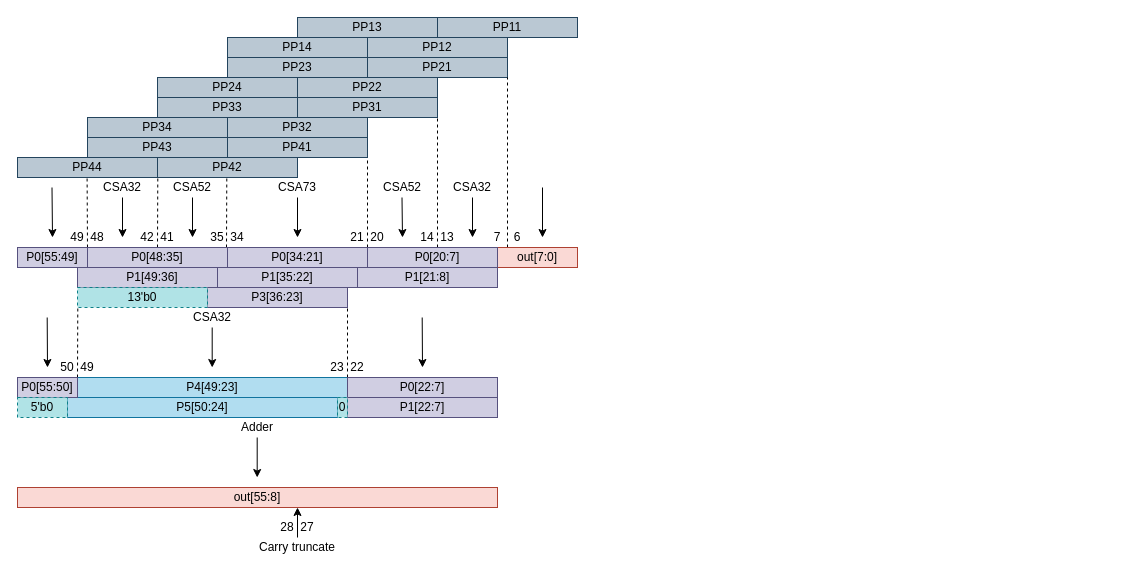
Before: diagram/MatissaWallaceTree.drawio in brsf11/Posit-FMAU, a draw.io diagram. Source tidied: cells renumbered, new cells numbered last; positions are measured from the earlier drawing's top-left corner, leaving out a move shared by most shapes. Both pictures are drawn from the tidied source at 100%, with x=0, y=0 at pixel (17, 17).
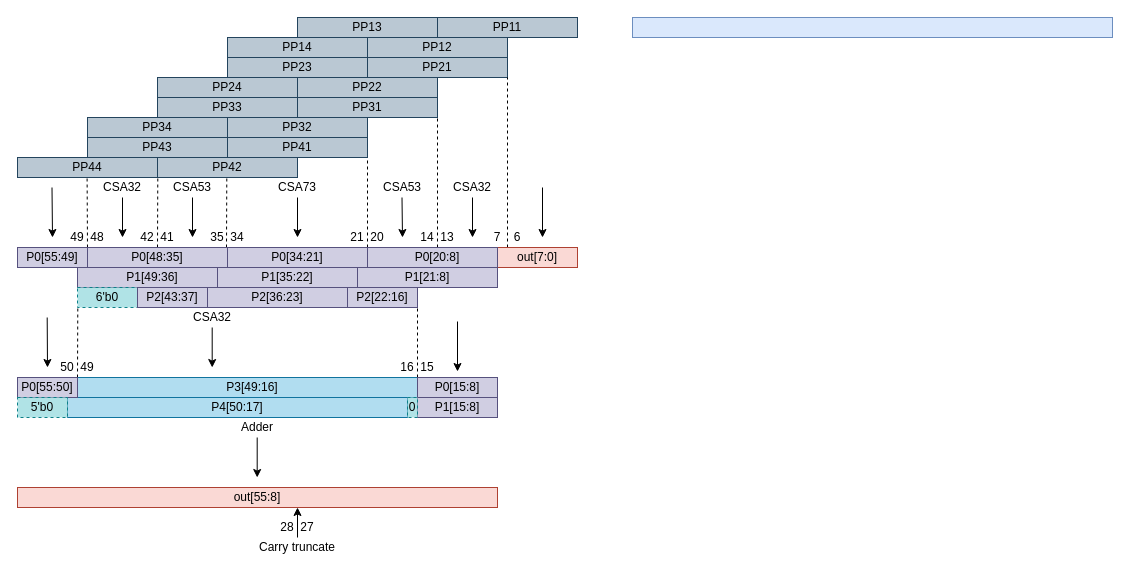
After the change.

Commit message (it also covers changes not shown here):
matissa multiplier almost finish

What changed in the source:
```diff
@@
-    <mxCell id="64" value="CSA52" style="text;html=1;strokeColor=none;fillColor=none;align=center;verticalAlign=middle;whiteSpace=wrap;rounded=0;" parent="1" vertex="1">
+    <mxCell id="64" value="CSA53" style="text;html=1;strokeColor=none;fillColor=none;align=center;verticalAlign=middle;whiteSpace=wrap;rounded=0;" parent="1" vertex="1">
       <mxGeometry x="365" y="160" width="40" height="20" as="geometry" />
     </mxCell>
@@
-    <mxCell id="66" value="CSA52" style="text;html=1;strokeColor=none;fillColor=none;align=center;verticalAlign=middle;whiteSpace=wrap;rounded=0;" parent="1" vertex="1">
+    <mxCell id="66" value="CSA53" style="text;html=1;strokeColor=none;fillColor=none;align=center;verticalAlign=middle;whiteSpace=wrap;rounded=0;" parent="1" vertex="1">
       <mxGeometry x="155" y="160" width="40" height="20" as="geometry" />
     </mxCell>
@@
-    <mxCell id="77" value="P0[20:7]" style="text;html=1;strokeColor=none;fillColor=none;align=center;verticalAlign=middle;whiteSpace=wrap;rounded=0;" parent="1" vertex="1">
+    <mxCell id="77" value="P0[20:8]" style="text;html=1;strokeColor=none;fillColor=none;align=center;verticalAlign=middle;whiteSpace=wrap;rounded=0;" parent="1" vertex="1">
       <mxGeometry x="400" y="230" width="40" height="20" as="geometry" />
     </mxCell>
@@
-    <mxCell id="81" value="P3[36:23]" style="text;html=1;strokeColor=none;fillColor=none;align=center;verticalAlign=middle;whiteSpace=wrap;rounded=0;" parent="1" vertex="1">
+    <mxCell id="81" value="P2[36:23]" style="text;html=1;strokeColor=none;fillColor=none;align=center;verticalAlign=middle;whiteSpace=wrap;rounded=0;" parent="1" vertex="1">
       <mxGeometry x="240" y="270" width="40" height="20" as="geometry" />
     </mxCell>
@@
     <mxCell id="83" style="endArrow=none;dashed=1;html=1;" parent="1" edge="1">
       <mxGeometry relative="1" as="geometry">
-        <mxPoint x="330" y="360" as="sourcePoint" />
-        <mxPoint x="330" y="290" as="targetPoint" />
+        <mxPoint x="400" y="360" as="sourcePoint" />
+        <mxPoint x="400" y="290" as="targetPoint" />
       </mxGeometry>
     </mxCell>
     <mxCell id="84" style="rounded=0;whiteSpace=wrap;html=1;dashed=1;fillColor=#b0e3e6;strokeColor=#0e8088;" parent="1" vertex="1">
-      <mxGeometry x="60" y="270" width="130" height="20" as="geometry" />
+      <mxGeometry x="60" y="270" width="60" height="20" as="geometry" />
     </mxCell>
-    <mxCell id="85" value="13'b0" style="text;html=1;strokeColor=none;fillColor=none;align=center;verticalAlign=middle;whiteSpace=wrap;rounded=0;dashed=1;" parent="1" vertex="1">
-      <mxGeometry x="105" y="270" width="40" height="20" as="geometry" />
+    <mxCell id="85" value="6'b0" style="text;html=1;strokeColor=none;fillColor=none;align=center;verticalAlign=middle;whiteSpace=wrap;rounded=0;dashed=1;" parent="1" vertex="1">
+      <mxGeometry x="70" y="270" width="40" height="20" as="geometry" />
     </mxCell>
     <mxCell id="86" style="rounded=0;whiteSpace=wrap;html=1;fillColor=#b1ddf0;strokeColor=#10739e;" parent="1" vertex="1">
-      <mxGeometry x="60" y="360" width="270" height="20" as="geometry" />
+      <mxGeometry x="60" y="360" width="340" height="20" as="geometry" />
     </mxCell>
     <mxCell id="87" style="rounded=0;whiteSpace=wrap;html=1;fillColor=#b1ddf0;strokeColor=#10739e;" parent="1" vertex="1">
-      <mxGeometry x="50" y="380" width="270" height="20" as="geometry" />
+      <mxGeometry x="50" y="380" width="340" height="20" as="geometry" />
     </mxCell>
     <mxCell id="88" style="rounded=0;whiteSpace=wrap;html=1;fillColor=#d0cee2;strokeColor=#56517e;" parent="1" vertex="1">
-      <mxGeometry x="330" y="360" width="150" height="20" as="geometry" />
+      <mxGeometry x="400" y="360" width="80" height="20" as="geometry" />
     </mxCell>
     <mxCell id="89" style="rounded=0;whiteSpace=wrap;html=1;fillColor=#d0cee2;strokeColor=#56517e;" parent="1" vertex="1">
-      <mxGeometry x="330" y="380" width="150" height="20" as="geometry" />
+      <mxGeometry x="400" y="380" width="80" height="20" as="geometry" />
     </mxCell>
     <mxCell id="90" style="rounded=0;whiteSpace=wrap;html=1;dashed=1;fillColor=#b0e3e6;strokeColor=#0e8088;" parent="1" vertex="1">
-      <mxGeometry x="320" y="380" width="10" height="20" as="geometry" />
+      <mxGeometry x="390" y="380" width="10" height="20" as="geometry" />
     </mxCell>
@@
     <mxCell id="99" style="endArrow=classic;html=1;" parent="1" edge="1">
       <mxGeometry relative="1" as="geometry">
-        <mxPoint x="404.7" y="300" as="sourcePoint" />
-        <mxPoint x="405" y="350" as="targetPoint" />
+        <mxPoint x="440" y="304" as="sourcePoint" />
+        <mxPoint x="440" y="354" as="targetPoint" />
       </mxGeometry>
     </mxCell>
-    <mxCell id="100" value="P0[22:7]" style="text;html=1;strokeColor=none;fillColor=none;align=center;verticalAlign=middle;whiteSpace=wrap;rounded=0;" parent="1" vertex="1">
-      <mxGeometry x="385" y="360" width="40" height="20" as="geometry" />
+    <mxCell id="100" value="P0[15:8]" style="text;html=1;strokeColor=none;fillColor=none;align=center;verticalAlign=middle;whiteSpace=wrap;rounded=0;" parent="1" vertex="1">
+      <mxGeometry x="420" y="360" width="40" height="20" as="geometry" />
     </mxCell>
-    <mxCell id="101" value="P4[49:23]" style="text;html=1;strokeColor=none;fillColor=none;align=center;verticalAlign=middle;whiteSpace=wrap;rounded=0;" parent="1" vertex="1">
-      <mxGeometry x="175" y="360" width="40" height="20" as="geometry" />
+    <mxCell id="101" value="P3[49:16]" style="text;html=1;strokeColor=none;fillColor=none;align=center;verticalAlign=middle;whiteSpace=wrap;rounded=0;" parent="1" vertex="1">
+      <mxGeometry x="215" y="360" width="40" height="20" as="geometry" />
     </mxCell>
-    <mxCell id="102" value="P1[22:7]" style="text;html=1;strokeColor=none;fillColor=none;align=center;verticalAlign=middle;whiteSpace=wrap;rounded=0;" parent="1" vertex="1">
-      <mxGeometry x="385" y="380" width="40" height="20" as="geometry" />
+    <mxCell id="102" value="P1[15:8]" style="text;html=1;strokeColor=none;fillColor=none;align=center;verticalAlign=middle;whiteSpace=wrap;rounded=0;" parent="1" vertex="1">
+      <mxGeometry x="420" y="380" width="40" height="20" as="geometry" />
     </mxCell>
-    <mxCell id="103" value="P5[50:24]" style="text;html=1;strokeColor=none;fillColor=none;align=center;verticalAlign=middle;whiteSpace=wrap;rounded=0;" parent="1" vertex="1">
-      <mxGeometry x="165" y="380" width="40" height="20" as="geometry" />
+    <mxCell id="103" value="P4[50:17]" style="text;html=1;strokeColor=none;fillColor=none;align=center;verticalAlign=middle;whiteSpace=wrap;rounded=0;" parent="1" vertex="1">
+      <mxGeometry x="200" y="380" width="40" height="20" as="geometry" />
     </mxCell>
@@
     <mxCell id="105" value="0" style="text;html=1;strokeColor=none;fillColor=none;align=center;verticalAlign=middle;whiteSpace=wrap;rounded=0;dashed=1;" parent="1" vertex="1">
-      <mxGeometry x="315" y="380" width="20" height="20" as="geometry" />
+      <mxGeometry x="385" y="380" width="20" height="20" as="geometry" />
     </mxCell>
@@
-    <mxCell id="107" value="22" style="text;html=1;strokeColor=none;fillColor=none;align=center;verticalAlign=middle;whiteSpace=wrap;rounded=0;" parent="1" vertex="1">
-      <mxGeometry x="330" y="340" width="20" height="20" as="geometry" />
+    <mxCell id="107" value="15" style="text;html=1;strokeColor=none;fillColor=none;align=center;verticalAlign=middle;whiteSpace=wrap;rounded=0;" parent="1" vertex="1">
+      <mxGeometry x="400" y="340" width="20" height="20" as="geometry" />
     </mxCell>
-    <mxCell id="108" value="23" style="text;html=1;strokeColor=none;fillColor=none;align=center;verticalAlign=middle;whiteSpace=wrap;rounded=0;" parent="1" vertex="1">
-      <mxGeometry x="310" y="340" width="20" height="20" as="geometry" />
+    <mxCell id="108" value="16" style="text;html=1;strokeColor=none;fillColor=none;align=center;verticalAlign=middle;whiteSpace=wrap;rounded=0;" parent="1" vertex="1">
+      <mxGeometry x="380" y="340" width="20" height="20" as="geometry" />
     </mxCell>
@@
+    <mxCell id="115" style="rounded=0;whiteSpace=wrap;html=1;fillColor=#d0cee2;strokeColor=#56517e;" parent="1" vertex="1">
+      <mxGeometry x="330" y="270" width="70" height="20" as="geometry" />
+    </mxCell>
+    <mxCell id="116" style="rounded=0;whiteSpace=wrap;html=1;fillColor=#d0cee2;strokeColor=#56517e;" parent="1" vertex="1">
+      <mxGeometry x="120" y="270" width="70" height="20" as="geometry" />
+    </mxCell>
+    <mxCell id="117" value="P2[43:37]" style="text;html=1;strokeColor=none;fillColor=none;align=center;verticalAlign=middle;whiteSpace=wrap;rounded=0;" parent="1" vertex="1">
+      <mxGeometry x="135" y="270" width="40" height="20" as="geometry" />
+    </mxCell>
+    <mxCell id="118" value="P2[22:16]" style="text;html=1;strokeColor=none;fillColor=none;align=center;verticalAlign=middle;whiteSpace=wrap;rounded=0;" parent="1" vertex="1">
+      <mxGeometry x="345" y="270" width="40" height="20" as="geometry" />
+    </mxCell>
+    <mxCell id="119" style="rounded=0;whiteSpace=wrap;html=1;fillColor=#dae8fc;strokeColor=#6c8ebf;" parent="1" vertex="1">
+      <mxGeometry x="615" width="480" height="20" as="geometry" />
+    </mxCell>
```
